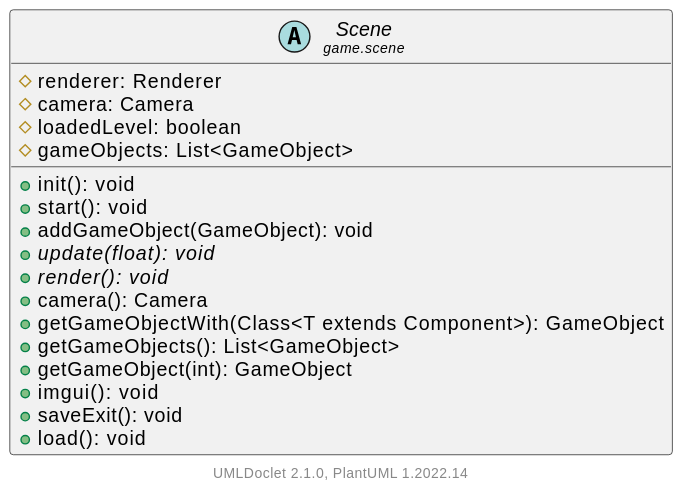
Earlier version of the PlantUML export doc/javadoc/game/scene/Scene.svg (Hirschiii/JavaGameEngine).
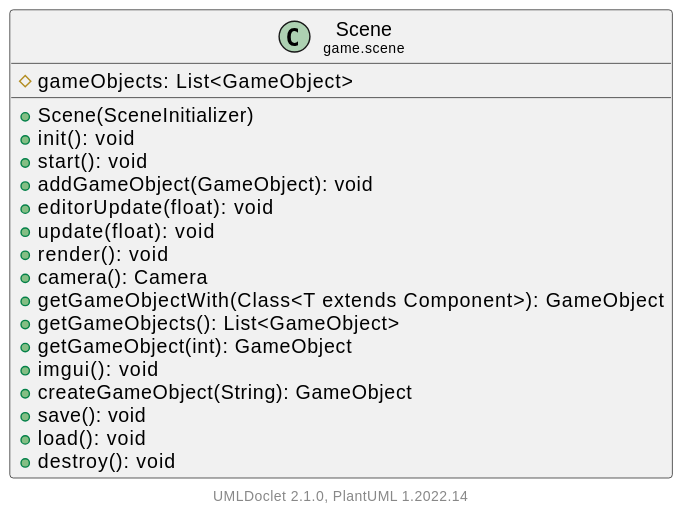
The same diagram one commit later.

Change to the diagram source:
```diff
@@ -3,23 +3,24 @@
     hide empty fields
     hide empty methods
 
-    abstract class "<size:14>Scene\n<size:10>game.scene" as game.scene.Scene [[Scene.html]] {
-        #renderer: Renderer
-        #camera: Camera
-        #loadedLevel: boolean
+    class "<size:14>Scene\n<size:10>game.scene" as game.scene.Scene [[Scene.html]] {
         #gameObjects: List<GameObject>
+        +Scene(SceneInitializer)
         +init(): void
         +start(): void
         +addGameObject(GameObject): void
-        {abstract} +update(float): void
-        {abstract} +render(): void
+        +editorUpdate(float): void
+        +update(float): void
+        +render(): void
         +camera(): Camera
         +getGameObjectWith(Class<T extends Component>): GameObject
         +getGameObjects(): List<GameObject>
         +getGameObject(int): GameObject
         +imgui(): void
-        +saveExit(): void
+        +createGameObject(String): GameObject
+        +save(): void
         +load(): void
+        +destroy(): void
     }
 
     center footer UMLDoclet 2.1.0, PlantUML %version()
```
